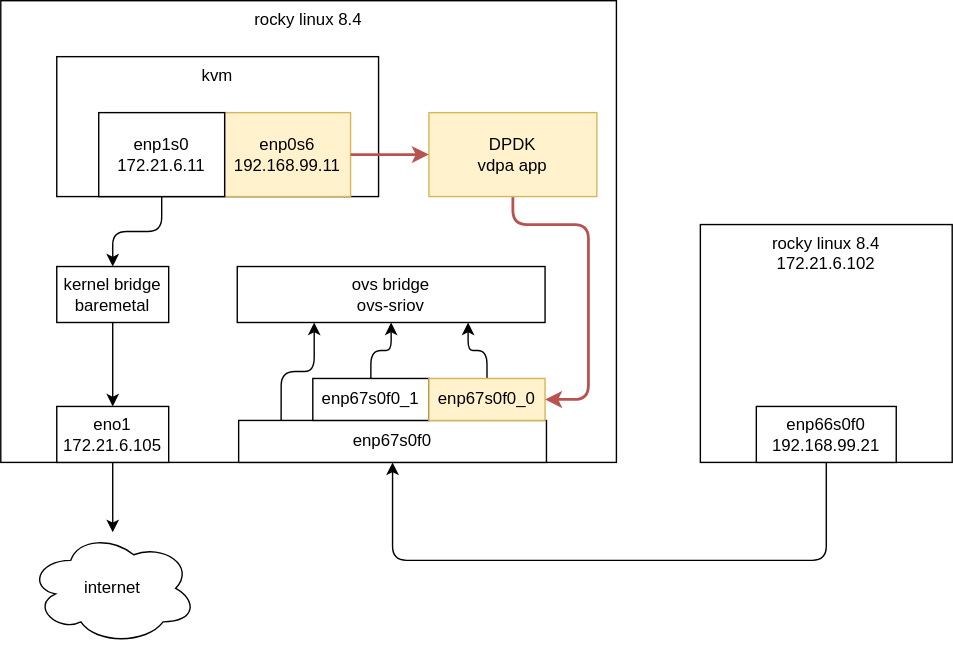
Above: redhat/notes/2021/dia/2021.ovs.kernel.vdpa.drawio.svg in wangzheng422/docker_env (draw.io), before the change. Source tidied: cells renumbered, new cells last; positions are measured from the earlier drawing's top-left corner, leaving out a move shared by most shapes.
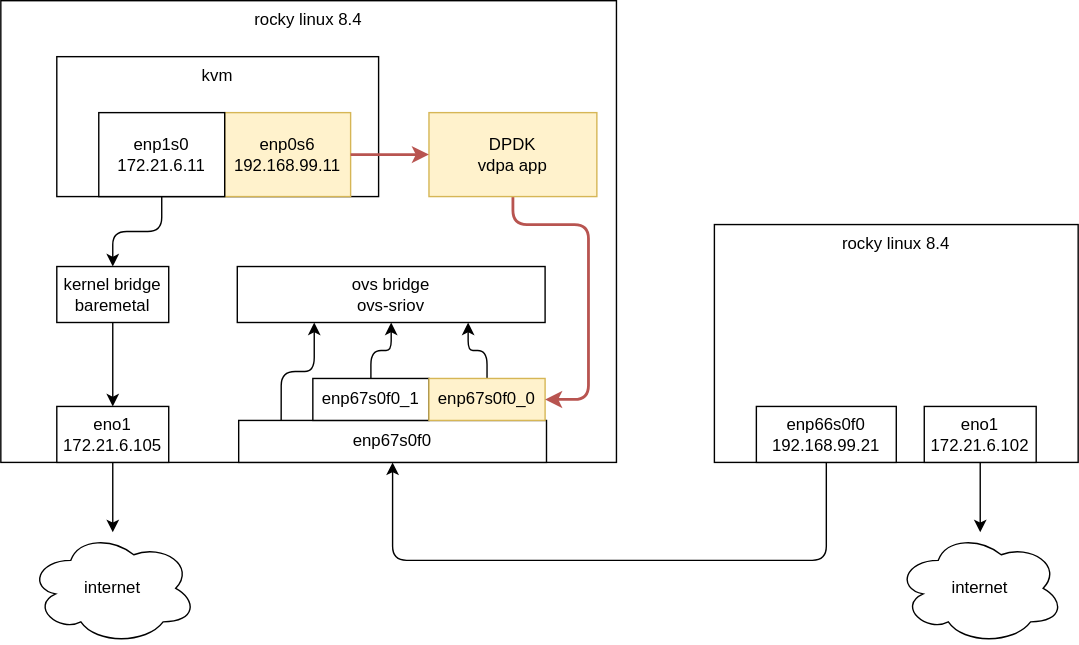
After the change.

Commit message:
vdpa offload

Diff of the diagram source:
```diff
@@ -2,8 +2,8 @@
   <root>
     <mxCell id="0" />
     <mxCell id="1" parent="0" />
-    <mxCell id="2" value="rocky linux 8.4&lt;br&gt;172.21.6.102" style="rounded=0;whiteSpace=wrap;html=1;verticalAlign=top;" parent="1" vertex="1">
-      <mxGeometry x="500" y="160" width="180" height="170" as="geometry" />
+    <mxCell id="2" value="rocky linux 8.4" style="rounded=0;whiteSpace=wrap;html=1;verticalAlign=top;" parent="1" vertex="1">
+      <mxGeometry x="510" y="160" width="260" height="170" as="geometry" />
     </mxCell>
     <mxCell id="3" value="rocky linux 8.4" style="rounded=0;whiteSpace=wrap;html=1;verticalAlign=top;" parent="1" vertex="1">
       <mxGeometry width="440" height="330" as="geometry" />
@@ -83,5 +83,14 @@
     <mxCell id="25" value="internet" style="ellipse;shape=cloud;whiteSpace=wrap;html=1;verticalAlign=middle;" parent="4" vertex="1">
       <mxGeometry x="20" y="380" width="120" height="80" as="geometry" />
     </mxCell>
+    <mxCell id="26" style="edgeStyle=none;html=1;" parent="4" edge="1" source="27" target="28">
+      <mxGeometry relative="1" as="geometry" />
+    </mxCell>
+    <mxCell id="27" value="eno1&lt;br&gt;172.21.6.102" style="rounded=0;whiteSpace=wrap;html=1;verticalAlign=middle;" parent="4" vertex="1">
+      <mxGeometry x="660" y="290" width="80" height="40" as="geometry" />
+    </mxCell>
+    <mxCell id="28" value="internet" style="ellipse;shape=cloud;whiteSpace=wrap;html=1;verticalAlign=middle;" parent="4" vertex="1">
+      <mxGeometry x="640" y="380" width="120" height="80" as="geometry" />
+    </mxCell>
   </root>
 </mxGraphModel>
```
